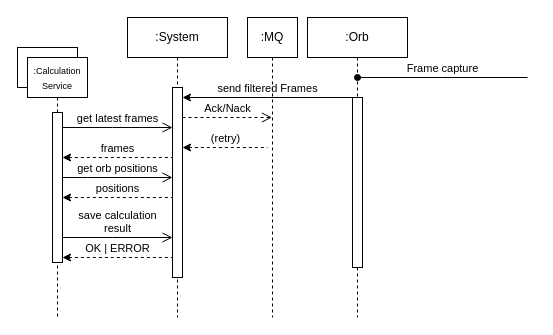
The draw.io diagram Untitled Diagram.drawio in phyllomenous/PM3_DomainModel, before the edit. Source tidied: cells renumbered, new cells numbered last; positions are measured from the earlier drawing's top-left corner, leaving out a move shared by most shapes. Both pictures are drawn from the tidied source at 100%, with x=0, y=0 at pixel (17, 17).
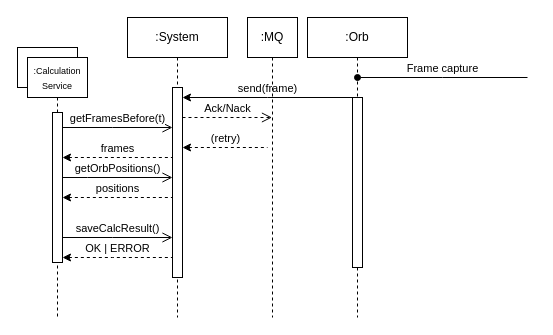
The same diagram, later.

Commit message:
Update SSD_CalculationService

Unchanged cells that the change refers to:
```xml
<mxCell id="4" style="html=1;points=[];perimeter=orthogonalPerimeter;outlineConnect=0;targetShapes=umlLifeline;portConstraint=eastwest;newEdgeStyle={&quot;edgeStyle&quot;:&quot;elbowEdgeStyle&quot;,&quot;elbow&quot;:&quot;vertical&quot;,&quot;curved&quot;:0,&quot;rounded&quot;:0};" parent="3" vertex="1">
  <mxGeometry x="45" y="70" width="10" height="190" as="geometry" />
</mxCell>
<mxCell id="6" style="html=1;points=[];perimeter=orthogonalPerimeter;outlineConnect=0;targetShapes=umlLifeline;portConstraint=eastwest;newEdgeStyle={&quot;edgeStyle&quot;:&quot;elbowEdgeStyle&quot;,&quot;elbow&quot;:&quot;vertical&quot;,&quot;curved&quot;:0,&quot;rounded&quot;:0};" parent="5" vertex="1">
  <mxGeometry x="45" y="80" width="10" height="170" as="geometry" />
</mxCell>
<mxCell id="12" style="html=1;points=[];perimeter=orthogonalPerimeter;outlineConnect=0;targetShapes=umlLifeline;portConstraint=eastwest;newEdgeStyle={&quot;edgeStyle&quot;:&quot;elbowEdgeStyle&quot;,&quot;elbow&quot;:&quot;vertical&quot;,&quot;curved&quot;:0,&quot;rounded&quot;:0};" parent="11" vertex="1">
  <mxGeometry x="25" y="55" width="10" height="150" as="geometry" />
</mxCell>
```

What changed in the source:
```diff
@@
-    <mxCell id="7" value="send filtered Frames" style="html=1;verticalAlign=bottom;endArrow=none;edgeStyle=elbowEdgeStyle;elbow=vertical;curved=0;rounded=0;endFill=0;startArrow=classic;startFill=1;" parent="1" edge="1" source="4" target="6">
+    <mxCell id="7" value="send(frame)" style="html=1;verticalAlign=bottom;endArrow=none;edgeStyle=elbowEdgeStyle;elbow=vertical;curved=0;rounded=0;endFill=0;startArrow=classic;startFill=1;" parent="1" edge="1" source="4" target="6">
       <mxGeometry relative="1" as="geometry">
         <Array as="points">
           <mxPoint x="250" y="80" />
         </Array>
       </mxGeometry>
     </mxCell>
@@
-    <mxCell id="13" value="get latest frames" style="html=1;verticalAlign=bottom;endArrow=open;endSize=8;edgeStyle=elbowEdgeStyle;elbow=vertical;curved=0;rounded=0;" parent="1" edge="1" source="12" target="4">
+    <mxCell id="13" value="getFramesBefore(t)" style="html=1;verticalAlign=bottom;endArrow=open;endSize=8;edgeStyle=elbowEdgeStyle;elbow=vertical;curved=0;rounded=0;" parent="1" edge="1" source="12" target="4">
       <mxGeometry relative="1" as="geometry">
         <Array as="points">
           <mxPoint x="95" y="110" />
         </Array>
       </mxGeometry>
     </mxCell>
@@
-    <mxCell id="15" value="save calculation&lt;br&gt;&lt;div&gt;result&lt;/div&gt;" style="html=1;verticalAlign=bottom;endArrow=open;endSize=8;edgeStyle=elbowEdgeStyle;elbow=vertical;curved=0;rounded=0;" parent="1" edge="1" source="12" target="4">
+    <mxCell id="15" value="saveCalcResult()" style="html=1;verticalAlign=bottom;endArrow=open;endSize=8;edgeStyle=elbowEdgeStyle;elbow=vertical;curved=0;rounded=0;" parent="1" edge="1" source="12" target="4">
       <mxGeometry relative="1" as="geometry">
         <Array as="points">
           <mxPoint x="95" y="220" />
         </Array>
       </mxGeometry>
     </mxCell>
@@
-    <mxCell id="18" value="get orb positions" style="html=1;verticalAlign=bottom;endArrow=open;endSize=8;edgeStyle=elbowEdgeStyle;elbow=vertical;curved=0;rounded=0;" parent="1" edge="1" source="12" target="4">
+    <mxCell id="18" value="getOrbPositions()" style="html=1;verticalAlign=bottom;endArrow=open;endSize=8;edgeStyle=elbowEdgeStyle;elbow=vertical;curved=0;rounded=0;" parent="1" edge="1" source="12" target="4">
       <mxGeometry relative="1" as="geometry">
         <Array as="points">
           <mxPoint x="70" y="160" />
           <mxPoint x="100" y="169.8" />
         </Array>
       </mxGeometry>
     </mxCell>
```
